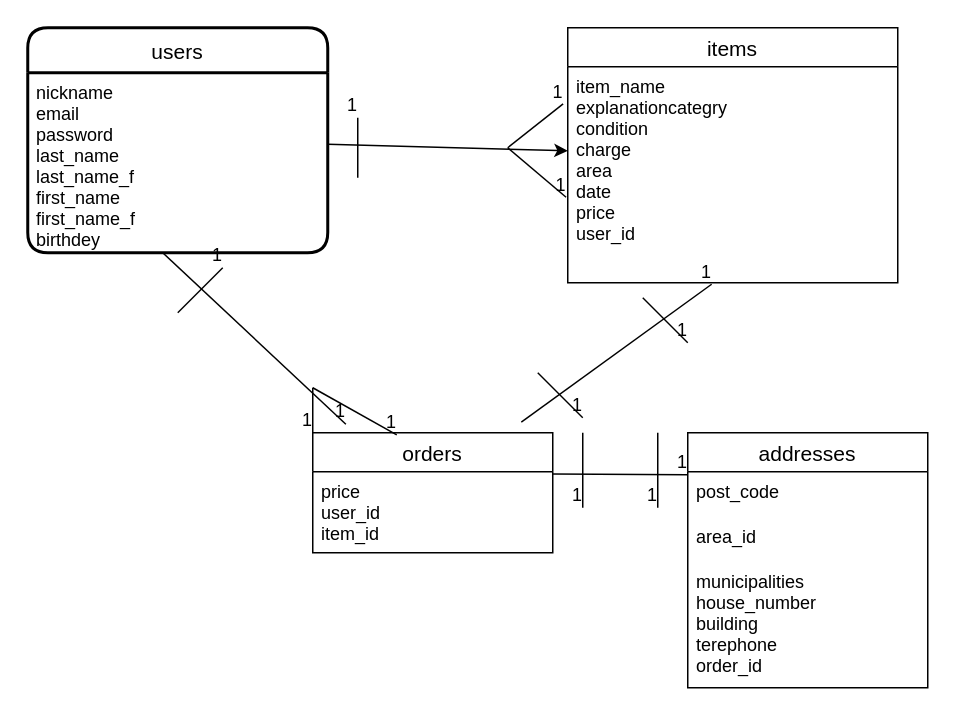
This is test.dio from kutidake/furima-36688, a draw.io file, before an edit. Source tidied: cells renumbered, new cells numbered last; positions are measured from the earlier drawing's top-left corner, leaving out a move shared by most shapes. Both pictures are drawn from the tidied source at 150%, with x=0, y=0 at pixel (27, 27).
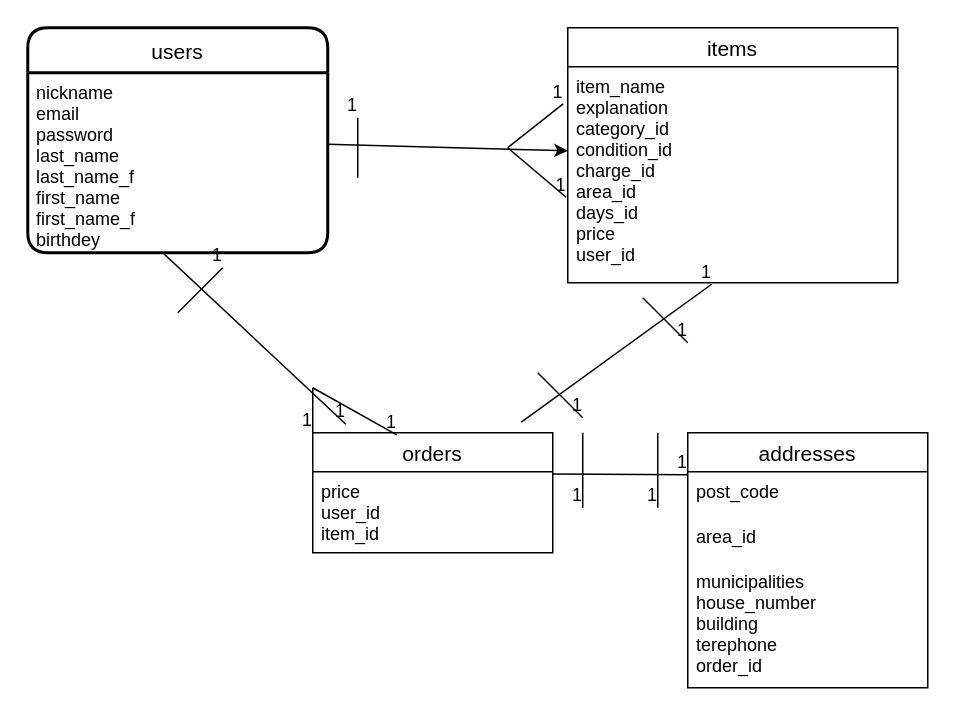
After the change.

Unchanged cells that the change refers to:
```xml
<mxCell id="5" value="items" style="swimlane;fontStyle=0;horizontal=1;startSize=26;align=center;fontSize=14;" parent="1" vertex="1">
  <mxGeometry x="360" width="220" height="170" as="geometry" />
</mxCell>
```

The edit, as a diff of the source:
```diff
@@
-    <mxCell id="6" value="item_name&#10;explanationcategry&#10;condition&#10;charge&#10;area&#10;date&#10;price&#10;user_id" style="text;strokeColor=none;fillColor=none;spacingLeft=4;spacingRight=4;overflow=hidden;points=[[0,0.5],[1,0.5]];portConstraint=eastwest;fontSize=12;" parent="5" vertex="1">
+    <mxCell id="6" value="item_name&#10;explanation&#10;category_id&#10;condition_id&#10;charge_id&#10;area_id&#10;days_id&#10;price&#10;user_id" style="text;strokeColor=none;fillColor=none;spacingLeft=4;spacingRight=4;overflow=hidden;points=[[0,0.5],[1,0.5]];portConstraint=eastwest;fontSize=12;" parent="5" vertex="1">
       <mxGeometry y="26" width="220" height="144" as="geometry" />
     </mxCell>
```
